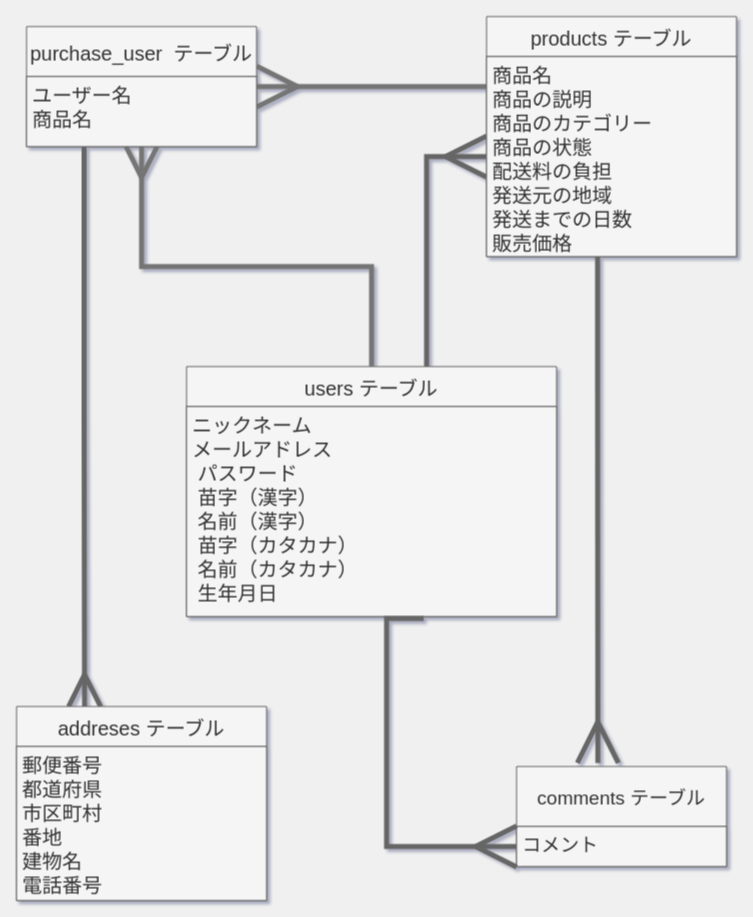
Earlier version of the draw.io diagram furima.dio (bhwi0015/furima-35725). Source tidied: cells renumbered, new cells numbered last; positions are measured from the earlier drawing's top-left corner, leaving out a move shared by most shapes. Both pictures are drawn from the tidied source at 100%, with x=0, y=0 at pixel (16, 16).
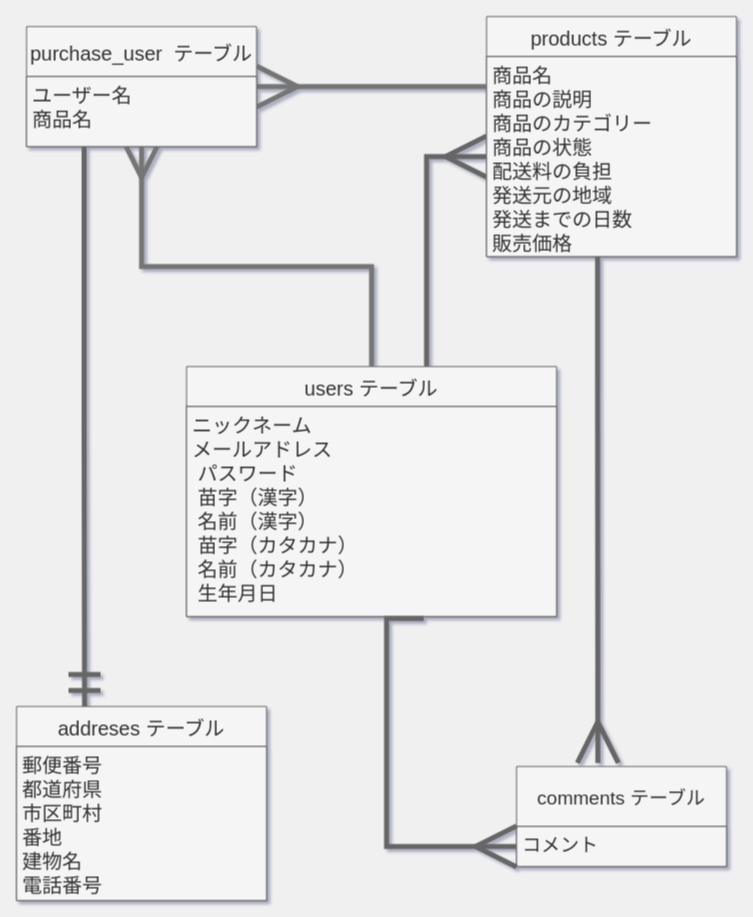
The same page after the edit.

The change refers to these unchanged cells:
```xml
<mxCell id="14" value="purchase_user  テーブル" style="swimlane;fontStyle=0;horizontal=1;startSize=50;align=center;fontSize=20;fillColor=#f5f5f5;strokeColor=#666666;fontColor=#333333;" parent="1" vertex="1">
  <mxGeometry x="10" y="10" width="230" height="120" as="geometry" />
</mxCell>
<mxCell id="16" value="addreses テーブル" style="swimlane;fontStyle=0;horizontal=1;startSize=40;align=center;fontSize=20;fillColor=#f5f5f5;strokeColor=#666666;fontColor=#333333;" parent="1" vertex="1">
  <mxGeometry y="690" width="250" height="194" as="geometry" />
</mxCell>
```

Change to the diagram source:
```diff
@@
-    <mxCell id="13" style="edgeStyle=orthogonalEdgeStyle;rounded=0;jettySize=auto;html=1;exitX=0.25;exitY=1;exitDx=0;exitDy=0;startArrow=none;startFill=0;startSize=25;endArrow=ERmany;endFill=0;endSize=26;strokeColor=#666666;strokeWidth=5;fontSize=20;entryX=0.272;entryY=0;entryDx=0;entryDy=0;entryPerimeter=0;" parent="1" edge="1" source="14" target="16">
+    <mxCell id="13" style="edgeStyle=orthogonalEdgeStyle;rounded=0;jettySize=auto;html=1;exitX=0.25;exitY=1;exitDx=0;exitDy=0;startArrow=none;startFill=0;startSize=25;endArrow=ERmandOne;endFill=0;endSize=26;strokeColor=#666666;strokeWidth=5;fontSize=20;entryX=0.272;entryY=0;entryDx=0;entryDy=0;entryPerimeter=0;" parent="1" edge="1" source="14" target="16">
       <mxGeometry relative="1" as="geometry" />
     </mxCell>
```
